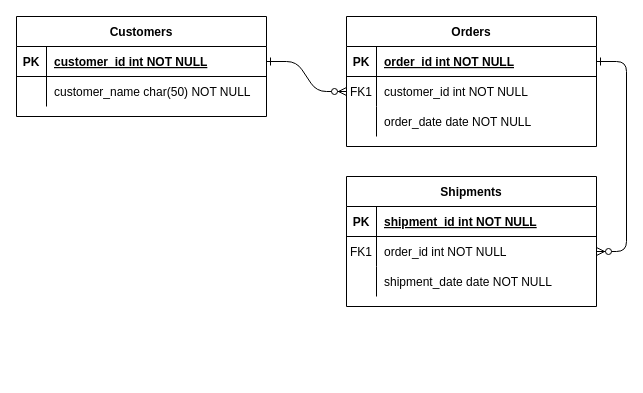
Above: Диаграмма без названия.drawio in NakatoTeshika/HomeWork-1 (draw.io), before the change. Source tidied: cells renumbered, new cells numbered last; positions are measured from the earlier drawing's top-left corner, leaving out a move shared by most shapes. Both pictures are drawn from the tidied source at 100%, with x=0, y=0 at pixel (16, 16).
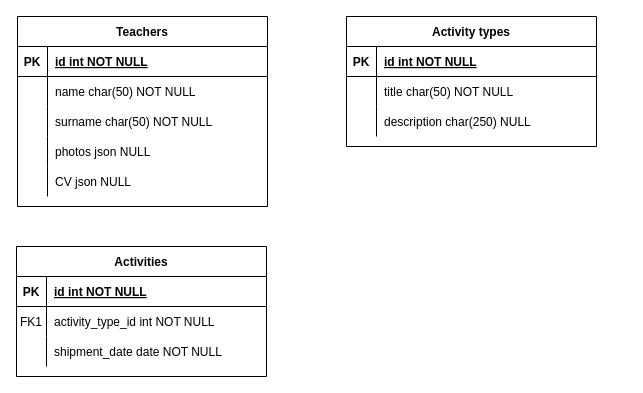
The same diagram, later.

The change refers to these unchanged cells:
```xml
<mxCell id="5" style="shape=partialRectangle;fillColor=none;points=[[0,0.5],[1,0.5]];portConstraint=eastwest;top=0;left=0;right=0;bottom=1;" parent="4" vertex="1">
  <mxGeometry y="30" width="250" height="30" as="geometry" />
</mxCell>
<mxCell id="8" style="shape=partialRectangle;fillColor=none;points=[[0,0.5],[1,0.5]];portConstraint=eastwest;top=0;left=0;right=0;bottom=0;" parent="4" vertex="1">
  <mxGeometry y="60" width="250" height="30" as="geometry" />
</mxCell>
<mxCell id="15" style="shape=partialRectangle;fillColor=none;top=0;left=0;right=0;bottom=1;" parent="14" vertex="1">
  <mxGeometry y="30" width="250" height="30" as="geometry" />
</mxCell>
<mxCell id="18" style="shape=partialRectangle;fillColor=none;points=[[0,0.5],[1,0.5]];portConstraint=eastwest;top=0;left=0;right=0;bottom=0;" parent="14" vertex="1">
  <mxGeometry y="60" width="250" height="30" as="geometry" />
</mxCell>
<mxCell id="25" style="shape=partialRectangle;fillColor=none;points=[[0,0.5],[1,0.5]];portConstraint=eastwest;top=0;left=0;right=0;bottom=1;" parent="24" vertex="1">
  <mxGeometry y="30" width="250" height="30" as="geometry" />
</mxCell>
<mxCell id="28" style="shape=partialRectangle;fillColor=none;top=0;left=0;right=0;bottom=0;" parent="24" vertex="1">
  <mxGeometry y="60" width="250" height="30" as="geometry" />
</mxCell>
```

What changed in the source:
```diff
@@
-    <mxCell id="2" style="edgeStyle=entityRelationEdgeStyle;endArrow=ERzeroToMany;startArrow=ERone;endFill=1;startFill=0;" parent="1" edge="1" source="25" target="8">
-      <mxGeometry relative="1" as="geometry" />
-    </mxCell>
-    <mxCell id="3" style="edgeStyle=entityRelationEdgeStyle;endArrow=ERzeroToMany;startArrow=ERone;endFill=1;startFill=0;" parent="1" edge="1" source="5" target="18">
-      <mxGeometry relative="1" as="geometry" />
-    </mxCell>
-    <mxCell id="4" value="Orders" style="shape=table;startSize=30;childLayout=tableLayout;rowLines=0;fontStyle=1;align=center;" parent="1" vertex="1">
+    <mxCell id="4" value="Activity types" style="shape=table;startSize=30;childLayout=tableLayout;rowLines=0;fontStyle=1;align=center;" parent="1" vertex="1">
       <mxGeometry x="330" width="250" height="130" as="geometry" />
     </mxCell>
@@
-    <mxCell id="7" value="order_id int NOT NULL " style="shape=partialRectangle;overflow=hidden;fillColor=none;top=0;left=0;bottom=0;right=0;align=left;spacingLeft=6;fontStyle=5;" parent="5" vertex="1">
+    <mxCell id="7" value="id int NOT NULL" style="shape=partialRectangle;overflow=hidden;fillColor=none;top=0;left=0;bottom=0;right=0;align=left;spacingLeft=6;fontStyle=5;" parent="5" vertex="1">
       <mxGeometry x="30" width="220" height="30" as="geometry" />
     </mxCell>
@@
-    <mxCell id="9" value="FK1" style="shape=partialRectangle;overflow=hidden;fillColor=none;top=0;left=0;bottom=0;right=0;" parent="8" vertex="1">
+    <mxCell id="9" style="shape=partialRectangle;overflow=hidden;fillColor=none;top=0;left=0;bottom=0;right=0;" parent="8" vertex="1">
       <mxGeometry width="30" height="30" as="geometry" />
     </mxCell>
-    <mxCell id="10" value="customer_id int NOT NULL" style="shape=partialRectangle;overflow=hidden;fillColor=none;top=0;left=0;bottom=0;right=0;align=left;spacingLeft=6;" parent="8" vertex="1">
+    <mxCell id="10" value="title char(50) NOT NULL" style="shape=partialRectangle;overflow=hidden;fillColor=none;top=0;left=0;bottom=0;right=0;align=left;spacingLeft=6;" parent="8" vertex="1">
       <mxGeometry x="30" width="220" height="30" as="geometry" />
     </mxCell>
-    <mxCell id="11" style="shape=partialRectangle;fillColor=none;top=0;left=0;right=0;bottom=0;" parent="4" vertex="1">
-      <mxGeometry y="90" width="250" height="30" as="geometry" />
-    </mxCell>
-    <mxCell id="12" style="shape=partialRectangle;overflow=hidden;fillColor=none;top=0;left=0;bottom=0;right=0;" parent="11" vertex="1">
-      <mxGeometry width="30" height="30" as="geometry" />
-    </mxCell>
-    <mxCell id="13" value="order_date date NOT NULL" style="shape=partialRectangle;overflow=hidden;fillColor=none;top=0;left=0;bottom=0;right=0;align=left;spacingLeft=6;" parent="11" vertex="1">
-      <mxGeometry x="30" width="220" height="30" as="geometry" />
-    </mxCell>
+    <mxCell id="31" style="shape=partialRectangle;fillColor=none;top=0;left=0;right=0;bottom=0;" parent="4" vertex="1">
+      <mxGeometry y="90" width="250" height="30" as="geometry" />
+    </mxCell>
+    <mxCell id="32" style="shape=partialRectangle;overflow=hidden;fillColor=none;top=0;left=0;bottom=0;right=0;" parent="31" vertex="1">
+      <mxGeometry width="30" height="30" as="geometry" />
+    </mxCell>
+    <mxCell id="33" value="description char(250) NULL" style="shape=partialRectangle;overflow=hidden;fillColor=none;top=0;left=0;bottom=0;right=0;align=left;spacingLeft=6;" parent="31" vertex="1">
+      <mxGeometry x="30" width="220" height="30" as="geometry" />
+    </mxCell>
-    <mxCell id="14" value="Shipments" style="shape=table;startSize=30;childLayout=tableLayout;rowLines=0;fontStyle=1;align=center;" parent="1" vertex="1">
-      <mxGeometry x="330" y="160" width="250" height="130" as="geometry" />
+    <mxCell id="14" value="Activities" style="shape=table;startSize=30;childLayout=tableLayout;rowLines=0;fontStyle=1;align=center;" parent="1" vertex="1">
+      <mxGeometry y="230" width="250" height="130" as="geometry" />
     </mxCell>
@@
-    <mxCell id="17" value="shipment_id int NOT NULL " style="shape=partialRectangle;overflow=hidden;fillColor=none;top=0;left=0;bottom=0;right=0;align=left;spacingLeft=6;fontStyle=5;" parent="15" vertex="1">
+    <mxCell id="17" value="id int NOT NULL " style="shape=partialRectangle;overflow=hidden;fillColor=none;top=0;left=0;bottom=0;right=0;align=left;spacingLeft=6;fontStyle=5;" parent="15" vertex="1">
       <mxGeometry x="30" width="220" height="30" as="geometry" />
     </mxCell>
@@
-    <mxCell id="20" value="order_id int NOT NULL" style="shape=partialRectangle;overflow=hidden;fillColor=none;top=0;left=0;bottom=0;right=0;align=left;spacingLeft=6;" parent="18" vertex="1">
+    <mxCell id="20" value="activity_type_id int NOT NULL" style="shape=partialRectangle;overflow=hidden;fillColor=none;top=0;left=0;bottom=0;right=0;align=left;spacingLeft=6;" parent="18" vertex="1">
       <mxGeometry x="30" width="220" height="30" as="geometry" />
     </mxCell>
@@
-    <mxCell id="24" value="Customers" style="shape=table;startSize=30;childLayout=tableLayout;rowLines=0;fontStyle=1;align=center;" parent="1" vertex="1">
-      <mxGeometry width="250" height="100" as="geometry" />
+    <mxCell id="24" value="Teachers" style="shape=table;startSize=30;childLayout=tableLayout;rowLines=0;fontStyle=1;align=center;" parent="1" vertex="1">
+      <mxGeometry x="1" width="250" height="190" as="geometry" />
     </mxCell>
@@
-    <mxCell id="27" value="customer_id int NOT NULL " style="shape=partialRectangle;overflow=hidden;fillColor=none;top=0;left=0;bottom=0;right=0;align=left;spacingLeft=6;fontStyle=5;" parent="25" vertex="1">
+    <mxCell id="27" value="id int NOT NULL" style="shape=partialRectangle;overflow=hidden;fillColor=none;top=0;left=0;bottom=0;right=0;align=left;spacingLeft=6;fontStyle=5;" parent="25" vertex="1">
       <mxGeometry x="30" width="220" height="30" as="geometry" />
     </mxCell>
@@
-    <mxCell id="30" value="customer_name char(50) NOT NULL" style="shape=partialRectangle;overflow=hidden;fillColor=none;top=0;left=0;bottom=0;right=0;align=left;spacingLeft=6;" parent="28" vertex="1">
+    <mxCell id="30" value="name char(50) NOT NULL" style="shape=partialRectangle;overflow=hidden;fillColor=none;top=0;left=0;bottom=0;right=0;align=left;spacingLeft=6;" parent="28" vertex="1">
       <mxGeometry x="30" width="220" height="30" as="geometry" />
     </mxCell>
+    <mxCell id="34" style="shape=partialRectangle;fillColor=none;top=0;left=0;right=0;bottom=0;" parent="24" vertex="1">
+      <mxGeometry y="90" width="250" height="30" as="geometry" />
+    </mxCell>
+    <mxCell id="35" style="shape=partialRectangle;overflow=hidden;fillColor=none;top=0;left=0;bottom=0;right=0;" parent="34" vertex="1">
+      <mxGeometry width="30" height="30" as="geometry" />
+    </mxCell>
+    <mxCell id="36" value="surname char(50) NOT NULL" style="shape=partialRectangle;overflow=hidden;fillColor=none;top=0;left=0;bottom=0;right=0;align=left;spacingLeft=6;" parent="34" vertex="1">
+      <mxGeometry x="30" width="220" height="30" as="geometry" />
+    </mxCell>
+    <mxCell id="37" style="shape=partialRectangle;fillColor=none;top=0;left=0;right=0;bottom=0;" parent="24" vertex="1">
+      <mxGeometry y="120" width="250" height="30" as="geometry" />
+    </mxCell>
+    <mxCell id="38" style="shape=partialRectangle;overflow=hidden;fillColor=none;top=0;left=0;bottom=0;right=0;" parent="37" vertex="1">
+      <mxGeometry width="30" height="30" as="geometry" />
+    </mxCell>
+    <mxCell id="39" value="photos json NULL" style="shape=partialRectangle;overflow=hidden;fillColor=none;top=0;left=0;bottom=0;right=0;align=left;spacingLeft=6;" parent="37" vertex="1">
+      <mxGeometry x="30" width="220" height="30" as="geometry" />
+    </mxCell>
+    <mxCell id="40" style="shape=partialRectangle;fillColor=none;top=0;left=0;right=0;bottom=0;" parent="24" vertex="1">
+      <mxGeometry y="150" width="250" height="30" as="geometry" />
+    </mxCell>
+    <mxCell id="41" style="shape=partialRectangle;overflow=hidden;fillColor=none;top=0;left=0;bottom=0;right=0;" parent="40" vertex="1">
+      <mxGeometry width="30" height="30" as="geometry" />
+    </mxCell>
+    <mxCell id="42" value="CV json NULL" style="shape=partialRectangle;overflow=hidden;fillColor=none;top=0;left=0;bottom=0;right=0;align=left;spacingLeft=6;" parent="40" vertex="1">
+      <mxGeometry x="30" width="220" height="30" as="geometry" />
+    </mxCell>
```
